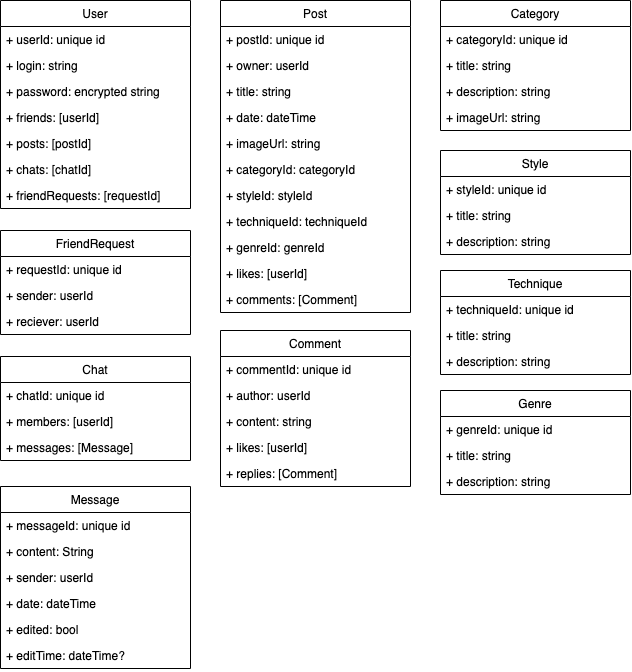
Earlier version of the draw.io export Docs/DataModels.png (Tinkldeath/ITandDDP). Source tidied: cells renumbered, new cells last; positions are measured from the earlier drawing's top-left corner, leaving out a move shared by most shapes. The source it was exported from:
```xml
<mxGraphModel>
  <root>
    <mxCell id="0" />
    <mxCell id="1" parent="0" />
    <mxCell id="2" value="User" style="swimlane;fontStyle=0;horizontal=1;startSize=26;fillColor=none;" parent="1" vertex="1">
      <mxGeometry width="190" height="208" as="geometry" />
    </mxCell>
    <mxCell id="3" value="+ userId: unique id" style="text;strokeColor=none;fillColor=none;align=left;verticalAlign=top;spacingLeft=4;spacingRight=4;overflow=hidden;" parent="2" vertex="1">
      <mxGeometry y="26" width="190" height="26" as="geometry" />
    </mxCell>
    <mxCell id="4" value="+ login: string" style="text;strokeColor=none;fillColor=none;align=left;verticalAlign=top;spacingLeft=4;spacingRight=4;overflow=hidden;" parent="2" vertex="1">
      <mxGeometry y="52" width="190" height="26" as="geometry" />
    </mxCell>
    <mxCell id="5" value="+ password: encrypted string" style="text;strokeColor=none;fillColor=none;align=left;verticalAlign=top;spacingLeft=4;spacingRight=4;overflow=hidden;" parent="2" vertex="1">
      <mxGeometry y="78" width="190" height="26" as="geometry" />
    </mxCell>
    <mxCell id="6" value="+ friends: [userId]" style="text;strokeColor=none;fillColor=none;align=left;verticalAlign=top;spacingLeft=4;spacingRight=4;overflow=hidden;" parent="2" vertex="1">
      <mxGeometry y="104" width="190" height="26" as="geometry" />
    </mxCell>
    <mxCell id="7" value="+ posts: [postId]" style="text;strokeColor=none;fillColor=none;align=left;verticalAlign=top;spacingLeft=4;spacingRight=4;overflow=hidden;" parent="2" vertex="1">
      <mxGeometry y="130" width="190" height="26" as="geometry" />
    </mxCell>
    <mxCell id="8" value="+ chats: [chatId]" style="text;strokeColor=none;fillColor=none;align=left;verticalAlign=top;spacingLeft=4;spacingRight=4;overflow=hidden;" parent="2" vertex="1">
      <mxGeometry y="156" width="190" height="26" as="geometry" />
    </mxCell>
    <mxCell id="9" value="+ friendRequests: [requestId]" style="text;strokeColor=none;fillColor=none;align=left;verticalAlign=top;spacingLeft=4;spacingRight=4;overflow=hidden;" parent="2" vertex="1">
      <mxGeometry y="182" width="190" height="26" as="geometry" />
    </mxCell>
    <mxCell id="10" value="Post" style="swimlane;fontStyle=0;horizontal=1;startSize=26;fillColor=none;" parent="1" vertex="1">
      <mxGeometry x="220" width="190" height="312" as="geometry" />
    </mxCell>
    <mxCell id="11" value="+ postId: unique id" style="text;strokeColor=none;fillColor=none;align=left;verticalAlign=top;spacingLeft=4;spacingRight=4;overflow=hidden;" parent="10" vertex="1">
      <mxGeometry y="26" width="190" height="26" as="geometry" />
    </mxCell>
    <mxCell id="12" value="+ owner: userId" style="text;strokeColor=none;fillColor=none;align=left;verticalAlign=top;spacingLeft=4;spacingRight=4;overflow=hidden;" parent="10" vertex="1">
      <mxGeometry y="52" width="190" height="26" as="geometry" />
    </mxCell>
    <mxCell id="13" value="+ title: string" style="text;strokeColor=none;fillColor=none;align=left;verticalAlign=top;spacingLeft=4;spacingRight=4;overflow=hidden;" parent="10" vertex="1">
      <mxGeometry y="78" width="190" height="26" as="geometry" />
    </mxCell>
    <mxCell id="14" value="+ date: dateTime" style="text;strokeColor=none;fillColor=none;align=left;verticalAlign=top;spacingLeft=4;spacingRight=4;overflow=hidden;" parent="10" vertex="1">
      <mxGeometry y="104" width="190" height="26" as="geometry" />
    </mxCell>
    <mxCell id="15" value="+ imageUrl: string" style="text;strokeColor=none;fillColor=none;align=left;verticalAlign=top;spacingLeft=4;spacingRight=4;overflow=hidden;" parent="10" vertex="1">
      <mxGeometry y="130" width="190" height="26" as="geometry" />
    </mxCell>
    <mxCell id="16" value="+ categoryId: categoryId" style="text;strokeColor=none;fillColor=none;align=left;verticalAlign=top;spacingLeft=4;spacingRight=4;overflow=hidden;" parent="10" vertex="1">
      <mxGeometry y="156" width="190" height="26" as="geometry" />
    </mxCell>
    <mxCell id="17" value="+ styleId: styleId" style="text;strokeColor=none;fillColor=none;align=left;verticalAlign=top;spacingLeft=4;spacingRight=4;overflow=hidden;" parent="10" vertex="1">
      <mxGeometry y="182" width="190" height="26" as="geometry" />
    </mxCell>
    <mxCell id="18" value="+ techniqueId: techniqueId" style="text;strokeColor=none;fillColor=none;align=left;verticalAlign=top;spacingLeft=4;spacingRight=4;overflow=hidden;" parent="10" vertex="1">
      <mxGeometry y="208" width="190" height="26" as="geometry" />
    </mxCell>
    <mxCell id="19" value="+ genreId: genreId" style="text;strokeColor=none;fillColor=none;align=left;verticalAlign=top;spacingLeft=4;spacingRight=4;overflow=hidden;" parent="10" vertex="1">
      <mxGeometry y="234" width="190" height="26" as="geometry" />
    </mxCell>
    <mxCell id="20" value="+ likes: [userId]" style="text;strokeColor=none;fillColor=none;align=left;verticalAlign=top;spacingLeft=4;spacingRight=4;overflow=hidden;" parent="10" vertex="1">
      <mxGeometry y="260" width="190" height="26" as="geometry" />
    </mxCell>
    <mxCell id="21" value="+ comments: [Comment]" style="text;strokeColor=none;fillColor=none;align=left;verticalAlign=top;spacingLeft=4;spacingRight=4;overflow=hidden;" parent="10" vertex="1">
      <mxGeometry y="286" width="190" height="26" as="geometry" />
    </mxCell>
    <mxCell id="22" value="Category" style="swimlane;fontStyle=0;horizontal=1;startSize=26;fillColor=none;" parent="1" vertex="1">
      <mxGeometry x="440" width="190" height="130" as="geometry" />
    </mxCell>
    <mxCell id="23" value="+ categoryId: unique id" style="text;strokeColor=none;fillColor=none;align=left;verticalAlign=top;spacingLeft=4;spacingRight=4;overflow=hidden;" parent="22" vertex="1">
      <mxGeometry y="26" width="190" height="26" as="geometry" />
    </mxCell>
    <mxCell id="24" value="+ title: string" style="text;strokeColor=none;fillColor=none;align=left;verticalAlign=top;spacingLeft=4;spacingRight=4;overflow=hidden;" parent="22" vertex="1">
      <mxGeometry y="52" width="190" height="26" as="geometry" />
    </mxCell>
    <mxCell id="25" value="+ description: string" style="text;strokeColor=none;fillColor=none;align=left;verticalAlign=top;spacingLeft=4;spacingRight=4;overflow=hidden;" parent="22" vertex="1">
      <mxGeometry y="78" width="190" height="26" as="geometry" />
    </mxCell>
    <mxCell id="26" value="+ imageUrl: string" style="text;strokeColor=none;fillColor=none;align=left;verticalAlign=top;spacingLeft=4;spacingRight=4;overflow=hidden;" parent="22" vertex="1">
      <mxGeometry y="104" width="190" height="26" as="geometry" />
    </mxCell>
    <mxCell id="27" value="Style" style="swimlane;fontStyle=0;horizontal=1;startSize=26;fillColor=none;" parent="1" vertex="1">
      <mxGeometry x="440" y="150" width="190" height="104" as="geometry" />
    </mxCell>
    <mxCell id="28" value="+ styleId: unique id" style="text;strokeColor=none;fillColor=none;align=left;verticalAlign=top;spacingLeft=4;spacingRight=4;overflow=hidden;" parent="27" vertex="1">
      <mxGeometry y="26" width="190" height="26" as="geometry" />
    </mxCell>
    <mxCell id="29" value="+ title: string" style="text;strokeColor=none;fillColor=none;align=left;verticalAlign=top;spacingLeft=4;spacingRight=4;overflow=hidden;" parent="27" vertex="1">
      <mxGeometry y="52" width="190" height="26" as="geometry" />
    </mxCell>
    <mxCell id="30" value="+ description: string" style="text;strokeColor=none;fillColor=none;align=left;verticalAlign=top;spacingLeft=4;spacingRight=4;overflow=hidden;" parent="27" vertex="1">
      <mxGeometry y="78" width="190" height="26" as="geometry" />
    </mxCell>
    <mxCell id="31" value="Technique" style="swimlane;fontStyle=0;horizontal=1;startSize=26;fillColor=none;" parent="1" vertex="1">
      <mxGeometry x="440" y="270" width="190" height="104" as="geometry" />
    </mxCell>
    <mxCell id="32" value="+ techniqueId: unique id" style="text;strokeColor=none;fillColor=none;align=left;verticalAlign=top;spacingLeft=4;spacingRight=4;overflow=hidden;" parent="31" vertex="1">
      <mxGeometry y="26" width="190" height="26" as="geometry" />
    </mxCell>
    <mxCell id="33" value="+ title: string" style="text;strokeColor=none;fillColor=none;align=left;verticalAlign=top;spacingLeft=4;spacingRight=4;overflow=hidden;" parent="31" vertex="1">
      <mxGeometry y="52" width="190" height="26" as="geometry" />
    </mxCell>
    <mxCell id="34" value="+ description: string" style="text;strokeColor=none;fillColor=none;align=left;verticalAlign=top;spacingLeft=4;spacingRight=4;overflow=hidden;" parent="31" vertex="1">
      <mxGeometry y="78" width="190" height="26" as="geometry" />
    </mxCell>
    <mxCell id="35" value="Genre" style="swimlane;fontStyle=0;horizontal=1;startSize=26;fillColor=none;" parent="1" vertex="1">
      <mxGeometry x="440" y="390" width="190" height="104" as="geometry" />
    </mxCell>
    <mxCell id="36" value="+ genreId: unique id" style="text;strokeColor=none;fillColor=none;align=left;verticalAlign=top;spacingLeft=4;spacingRight=4;overflow=hidden;" parent="35" vertex="1">
      <mxGeometry y="26" width="190" height="26" as="geometry" />
    </mxCell>
    <mxCell id="37" value="+ title: string" style="text;strokeColor=none;fillColor=none;align=left;verticalAlign=top;spacingLeft=4;spacingRight=4;overflow=hidden;" parent="35" vertex="1">
      <mxGeometry y="52" width="190" height="26" as="geometry" />
    </mxCell>
    <mxCell id="38" value="+ description: string" style="text;strokeColor=none;fillColor=none;align=left;verticalAlign=top;spacingLeft=4;spacingRight=4;overflow=hidden;" parent="35" vertex="1">
      <mxGeometry y="78" width="190" height="26" as="geometry" />
    </mxCell>
    <mxCell id="39" value="Comment" style="swimlane;fontStyle=0;horizontal=1;startSize=26;fillColor=none;" parent="1" vertex="1">
      <mxGeometry x="220" y="330" width="190" height="156" as="geometry" />
    </mxCell>
    <mxCell id="40" value="+ commentId: unique id" style="text;strokeColor=none;fillColor=none;align=left;verticalAlign=top;spacingLeft=4;spacingRight=4;overflow=hidden;" parent="39" vertex="1">
      <mxGeometry y="26" width="190" height="26" as="geometry" />
    </mxCell>
    <mxCell id="41" value="+ author: userId" style="text;strokeColor=none;fillColor=none;align=left;verticalAlign=top;spacingLeft=4;spacingRight=4;overflow=hidden;" parent="39" vertex="1">
      <mxGeometry y="52" width="190" height="26" as="geometry" />
    </mxCell>
    <mxCell id="42" value="+ content: string" style="text;strokeColor=none;fillColor=none;align=left;verticalAlign=top;spacingLeft=4;spacingRight=4;overflow=hidden;" parent="39" vertex="1">
      <mxGeometry y="78" width="190" height="26" as="geometry" />
    </mxCell>
    <mxCell id="43" value="+ likes: [userId]" style="text;strokeColor=none;fillColor=none;align=left;verticalAlign=top;spacingLeft=4;spacingRight=4;overflow=hidden;" parent="39" vertex="1">
      <mxGeometry y="104" width="190" height="26" as="geometry" />
    </mxCell>
    <mxCell id="44" value="+ replies: [Comment]" style="text;strokeColor=none;fillColor=none;align=left;verticalAlign=top;spacingLeft=4;spacingRight=4;overflow=hidden;" parent="39" vertex="1">
      <mxGeometry y="130" width="190" height="26" as="geometry" />
    </mxCell>
    <mxCell id="45" value="FriendRequest" style="swimlane;fontStyle=0;horizontal=1;startSize=26;fillColor=none;" parent="1" vertex="1">
      <mxGeometry y="230" width="190" height="104" as="geometry" />
    </mxCell>
    <mxCell id="46" value="+ requestId: unique id" style="text;strokeColor=none;fillColor=none;align=left;verticalAlign=top;spacingLeft=4;spacingRight=4;overflow=hidden;" parent="45" vertex="1">
      <mxGeometry y="26" width="190" height="26" as="geometry" />
    </mxCell>
    <mxCell id="47" value="+ sender: userId" style="text;strokeColor=none;fillColor=none;align=left;verticalAlign=top;spacingLeft=4;spacingRight=4;overflow=hidden;" parent="45" vertex="1">
      <mxGeometry y="52" width="190" height="26" as="geometry" />
    </mxCell>
    <mxCell id="48" value="+ reciever: userId" style="text;strokeColor=none;fillColor=none;align=left;verticalAlign=top;spacingLeft=4;spacingRight=4;overflow=hidden;" parent="45" vertex="1">
      <mxGeometry y="78" width="190" height="26" as="geometry" />
    </mxCell>
    <mxCell id="49" value="Chat" style="swimlane;fontStyle=0;horizontal=1;startSize=26;fillColor=none;" parent="1" vertex="1">
      <mxGeometry y="356" width="190" height="104" as="geometry" />
    </mxCell>
    <mxCell id="50" value="+ chatId: unique id" style="text;strokeColor=none;fillColor=none;align=left;verticalAlign=top;spacingLeft=4;spacingRight=4;overflow=hidden;" parent="49" vertex="1">
      <mxGeometry y="26" width="190" height="26" as="geometry" />
    </mxCell>
    <mxCell id="51" value="+ members: [userId]" style="text;strokeColor=none;fillColor=none;align=left;verticalAlign=top;spacingLeft=4;spacingRight=4;overflow=hidden;" parent="49" vertex="1">
      <mxGeometry y="52" width="190" height="26" as="geometry" />
    </mxCell>
    <mxCell id="52" value="+ messages: [Message]" style="text;strokeColor=none;fillColor=none;align=left;verticalAlign=top;spacingLeft=4;spacingRight=4;overflow=hidden;" parent="49" vertex="1">
      <mxGeometry y="78" width="190" height="26" as="geometry" />
    </mxCell>
    <mxCell id="53" value="Message" style="swimlane;fontStyle=0;horizontal=1;startSize=26;fillColor=none;" parent="1" vertex="1">
      <mxGeometry y="486" width="190" height="182" as="geometry" />
    </mxCell>
    <mxCell id="54" value="+ messageId: unique id" style="text;strokeColor=none;fillColor=none;align=left;verticalAlign=top;spacingLeft=4;spacingRight=4;overflow=hidden;" parent="53" vertex="1">
      <mxGeometry y="26" width="190" height="26" as="geometry" />
    </mxCell>
    <mxCell id="55" value="+ content: String" style="text;strokeColor=none;fillColor=none;align=left;verticalAlign=top;spacingLeft=4;spacingRight=4;overflow=hidden;" parent="53" vertex="1">
      <mxGeometry y="52" width="190" height="26" as="geometry" />
    </mxCell>
    <mxCell id="56" value="+ sender: userId" style="text;strokeColor=none;fillColor=none;align=left;verticalAlign=top;spacingLeft=4;spacingRight=4;overflow=hidden;" parent="53" vertex="1">
      <mxGeometry y="78" width="190" height="26" as="geometry" />
    </mxCell>
    <mxCell id="57" value="+ date: dateTime" style="text;strokeColor=none;fillColor=none;align=left;verticalAlign=top;spacingLeft=4;spacingRight=4;overflow=hidden;" parent="53" vertex="1">
      <mxGeometry y="104" width="190" height="26" as="geometry" />
    </mxCell>
    <mxCell id="58" value="+ edited: bool" style="text;strokeColor=none;fillColor=none;align=left;verticalAlign=top;spacingLeft=4;spacingRight=4;overflow=hidden;" parent="53" vertex="1">
      <mxGeometry y="130" width="190" height="26" as="geometry" />
    </mxCell>
    <mxCell id="59" value="+ editTime: dateTime?" style="text;strokeColor=none;fillColor=none;align=left;verticalAlign=top;spacingLeft=4;spacingRight=4;overflow=hidden;" parent="53" vertex="1">
      <mxGeometry y="156" width="190" height="26" as="geometry" />
    </mxCell>
  </root>
</mxGraphModel>
```
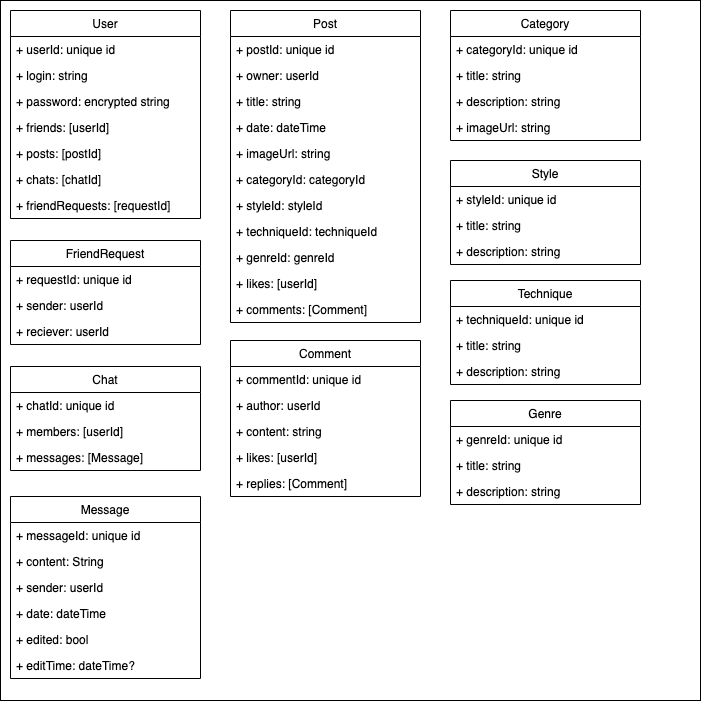
After the commit.

Commit message:
Updated data models and readme

Change to the diagram source:
```diff
@@ -2,6 +2,9 @@
   <root>
     <mxCell id="0" />
     <mxCell id="1" parent="0" />
+    <mxCell id="60" style="whiteSpace=wrap;html=1;" parent="1" vertex="1">
+      <mxGeometry x="-10" y="-10" width="700" height="700" as="geometry" />
+    </mxCell>
     <mxCell id="2" value="User" style="swimlane;fontStyle=0;horizontal=1;startSize=26;fillColor=none;" parent="1" vertex="1">
       <mxGeometry width="190" height="208" as="geometry" />
     </mxCell>
```
